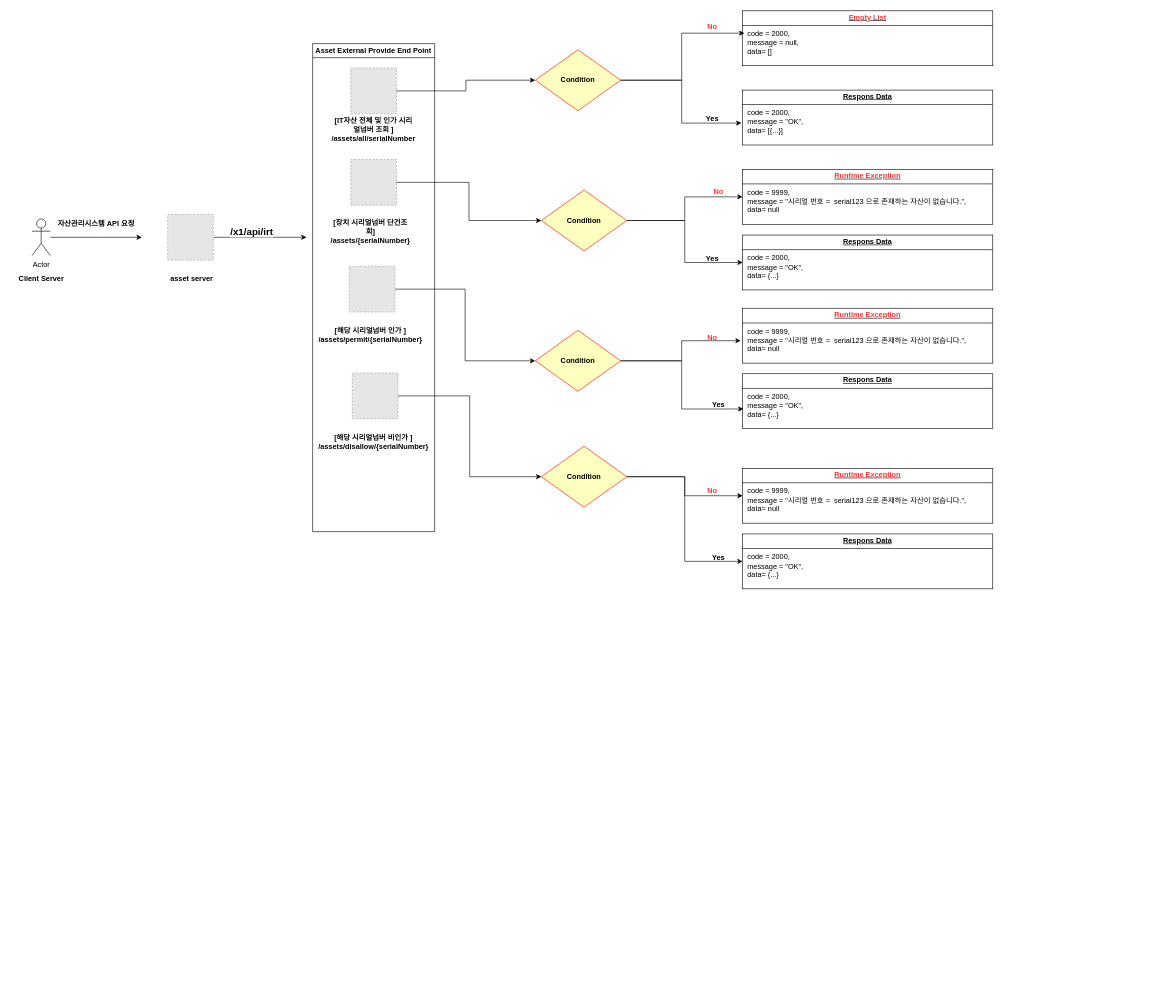
Earlier version of the draw.io diagram page "SOC_IRT_USECASE" (4 of 5) of 제목 없는 다이어그램.drawio (gojunghyo/erd_study). Source tidied: cells renumbered, new cells numbered last; positions are measured from the earlier drawing's top-left corner, leaving out a move shared by most shapes. Both pictures are drawn from the tidied source at 61%, with x=0, y=0 at pixel (10, 10). Pictures stored in the file or linked from it are replaced by grey dashed boxes.
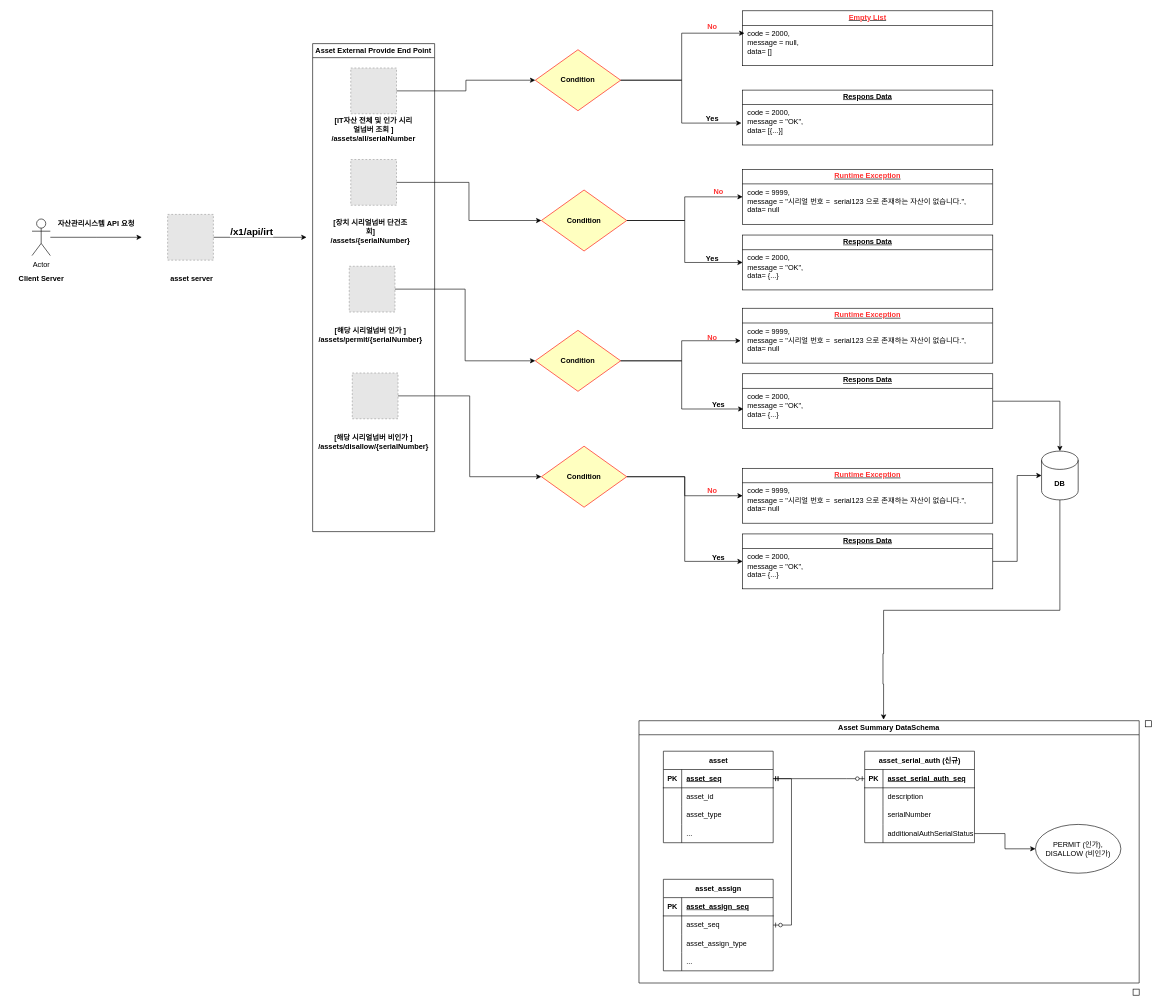
After the change.

Unchanged cells that the change refers to:
```xml
<mxCell id="32" value="&lt;p style=&quot;margin:0px;margin-top:4px;text-align:center;text-decoration:underline;&quot;&gt;&lt;b&gt;Respons Data&lt;/b&gt;&lt;/p&gt;&lt;hr size=&quot;1&quot; style=&quot;border-style:solid;&quot;&gt;&lt;p style=&quot;margin:0px;margin-left:8px;&quot;&gt;code = 2000,&lt;br&gt;message = &quot;OK&quot;,&lt;br&gt;data= {...}&lt;br&gt;&lt;/p&gt;" style="verticalAlign=top;align=left;overflow=fill;html=1;whiteSpace=wrap;" parent="1" vertex="1">
  <mxGeometry x="1200" y="595.2" width="410" height="90" as="geometry" />
</mxCell>
<mxCell id="34" value="&lt;p style=&quot;margin:0px;margin-top:4px;text-align:center;text-decoration:underline;&quot;&gt;&lt;b&gt;Respons Data&lt;/b&gt;&lt;/p&gt;&lt;hr size=&quot;1&quot; style=&quot;border-style:solid;&quot;&gt;&lt;p style=&quot;margin:0px;margin-left:8px;&quot;&gt;code = 2000,&lt;br&gt;message = &quot;OK&quot;,&lt;br&gt;data= {...}&lt;br&gt;&lt;/p&gt;" style="verticalAlign=top;align=left;overflow=fill;html=1;whiteSpace=wrap;" parent="1" vertex="1">
  <mxGeometry x="1200" y="857.8" width="410" height="90" as="geometry" />
</mxCell>
```

Change to the diagram source:
```diff
@@
+    <mxCell id="51" style="edgeStyle=orthogonalEdgeStyle;rounded=0;jettySize=auto;html=1;" parent="1" edge="1" source="32" target="96">
+      <mxGeometry relative="1" as="geometry" />
+    </mxCell>
@@
+    <mxCell id="52" value="asset" style="shape=table;startSize=30;childLayout=tableLayout;rowLines=0;fontStyle=1;align=center;html=1;" parent="1" vertex="1">
+      <mxGeometry x="1070" y="1214" width="180" height="150" as="geometry" />
+    </mxCell>
+    <mxCell id="53" style="shape=tableRow;horizontal=0;startSize=0;swimlaneHead=0;swimlaneBody=0;fillColor=none;points=[[0,0.5],[1,0.5]];portConstraint=eastwest;top=0;left=0;right=0;bottom=1;" parent="52" vertex="1">
+      <mxGeometry y="30" width="180" height="30" as="geometry" />
+    </mxCell>
+    <mxCell id="54" value="PK" style="shape=partialRectangle;fillColor=none;top=0;left=0;bottom=0;right=0;fontStyle=1;overflow=hidden;whiteSpace=wrap;html=1;" parent="53" vertex="1">
+      <mxGeometry width="30" height="30" as="geometry" />
+    </mxCell>
+    <mxCell id="55" value="asset_seq" style="shape=partialRectangle;fillColor=none;top=0;left=0;bottom=0;right=0;align=left;spacingLeft=6;fontStyle=5;overflow=hidden;whiteSpace=wrap;html=1;" parent="53" vertex="1">
+      <mxGeometry x="30" width="150" height="30" as="geometry" />
+    </mxCell>
+    <mxCell id="56" style="shape=tableRow;horizontal=0;startSize=0;swimlaneHead=0;swimlaneBody=0;fillColor=none;top=0;left=0;right=0;bottom=0;" parent="52" vertex="1">
+      <mxGeometry y="60" width="180" height="30" as="geometry" />
+    </mxCell>
+    <mxCell id="57" style="shape=partialRectangle;fillColor=none;top=0;left=0;bottom=0;right=0;overflow=hidden;whiteSpace=wrap;html=1;" parent="56" vertex="1">
+      <mxGeometry width="30" height="30" as="geometry" />
+    </mxCell>
+    <mxCell id="58" value="asset_id" style="shape=partialRectangle;fillColor=none;top=0;left=0;bottom=0;right=0;align=left;spacingLeft=6;overflow=hidden;whiteSpace=wrap;html=1;" parent="56" vertex="1">
+      <mxGeometry x="30" width="150" height="30" as="geometry" />
+    </mxCell>
+    <mxCell id="59" style="shape=tableRow;horizontal=0;startSize=0;swimlaneHead=0;swimlaneBody=0;fillColor=none;top=0;left=0;right=0;bottom=0;" parent="52" vertex="1">
+      <mxGeometry y="90" width="180" height="30" as="geometry" />
+    </mxCell>
+    <mxCell id="60" style="shape=partialRectangle;fillColor=none;top=0;left=0;bottom=0;right=0;overflow=hidden;whiteSpace=wrap;html=1;" parent="59" vertex="1">
+      <mxGeometry width="30" height="30" as="geometry" />
+    </mxCell>
+    <mxCell id="61" value="asset_type" style="shape=partialRectangle;fillColor=none;top=0;left=0;bottom=0;right=0;align=left;spacingLeft=6;overflow=hidden;whiteSpace=wrap;html=1;" parent="59" vertex="1">
+      <mxGeometry x="30" width="150" height="30" as="geometry" />
+    </mxCell>
+    <mxCell id="62" style="shape=tableRow;horizontal=0;startSize=0;swimlaneHead=0;swimlaneBody=0;fillColor=none;top=0;left=0;right=0;bottom=0;" parent="52" vertex="1">
+      <mxGeometry y="120" width="180" height="30" as="geometry" />
+    </mxCell>
+    <mxCell id="63" style="shape=partialRectangle;fillColor=none;top=0;left=0;bottom=0;right=0;overflow=hidden;whiteSpace=wrap;html=1;" parent="62" vertex="1">
+      <mxGeometry width="30" height="30" as="geometry" />
+    </mxCell>
+    <mxCell id="64" value="..." style="shape=partialRectangle;fillColor=none;top=0;left=0;bottom=0;right=0;align=left;spacingLeft=6;overflow=hidden;whiteSpace=wrap;html=1;" parent="62" vertex="1">
+      <mxGeometry x="30" width="150" height="30" as="geometry" />
+    </mxCell>
+    <mxCell id="65" value="asset_serial_auth (신규)" style="shape=table;startSize=30;childLayout=tableLayout;rowLines=0;fontStyle=1;align=center;html=1;" parent="1" vertex="1">
+      <mxGeometry x="1400" y="1214" width="180" height="150" as="geometry" />
+    </mxCell>
+    <mxCell id="66" style="shape=tableRow;horizontal=0;startSize=0;swimlaneHead=0;swimlaneBody=0;fillColor=none;points=[[0,0.5],[1,0.5]];portConstraint=eastwest;top=0;left=0;right=0;bottom=1;" parent="65" vertex="1">
+      <mxGeometry y="30" width="180" height="30" as="geometry" />
+    </mxCell>
+    <mxCell id="67" value="PK" style="shape=partialRectangle;fillColor=none;top=0;left=0;bottom=0;right=0;fontStyle=1;overflow=hidden;whiteSpace=wrap;html=1;" parent="66" vertex="1">
+      <mxGeometry width="30" height="30" as="geometry" />
+    </mxCell>
+    <mxCell id="68" value="asset_serial_auth_seq" style="shape=partialRectangle;fillColor=none;top=0;left=0;bottom=0;right=0;align=left;spacingLeft=6;fontStyle=5;overflow=hidden;whiteSpace=wrap;html=1;" parent="66" vertex="1">
+      <mxGeometry x="30" width="150" height="30" as="geometry" />
+    </mxCell>
+    <mxCell id="69" style="shape=tableRow;horizontal=0;startSize=0;swimlaneHead=0;swimlaneBody=0;fillColor=none;top=0;left=0;right=0;bottom=0;" parent="65" vertex="1">
+      <mxGeometry y="60" width="180" height="30" as="geometry" />
+    </mxCell>
+    <mxCell id="70" style="shape=partialRectangle;fillColor=none;top=0;left=0;bottom=0;right=0;overflow=hidden;whiteSpace=wrap;html=1;" parent="69" vertex="1">
+      <mxGeometry width="30" height="30" as="geometry" />
+    </mxCell>
+    <mxCell id="71" value="description" style="shape=partialRectangle;fillColor=none;top=0;left=0;bottom=0;right=0;align=left;spacingLeft=6;overflow=hidden;whiteSpace=wrap;html=1;" parent="69" vertex="1">
+      <mxGeometry x="30" width="150" height="30" as="geometry" />
+    </mxCell>
+    <mxCell id="72" style="shape=tableRow;horizontal=0;startSize=0;swimlaneHead=0;swimlaneBody=0;fillColor=none;top=0;left=0;right=0;bottom=0;" parent="65" vertex="1">
+      <mxGeometry y="90" width="180" height="30" as="geometry" />
+    </mxCell>
+    <mxCell id="73" style="shape=partialRectangle;fillColor=none;top=0;left=0;bottom=0;right=0;overflow=hidden;whiteSpace=wrap;html=1;" parent="72" vertex="1">
+      <mxGeometry width="30" height="30" as="geometry" />
+    </mxCell>
+    <mxCell id="74" value="serialNumber" style="shape=partialRectangle;fillColor=none;top=0;left=0;bottom=0;right=0;align=left;spacingLeft=6;overflow=hidden;whiteSpace=wrap;html=1;" parent="72" vertex="1">
+      <mxGeometry x="30" width="150" height="30" as="geometry" />
+    </mxCell>
+    <mxCell id="75" style="shape=tableRow;horizontal=0;startSize=0;swimlaneHead=0;swimlaneBody=0;fillColor=none;points=[[0,0.5],[1,0.5]];portConstraint=eastwest;top=0;left=0;right=0;bottom=0;" parent="65" vertex="1">
+      <mxGeometry y="120" width="180" height="30" as="geometry" />
+    </mxCell>
+    <mxCell id="76" style="shape=partialRectangle;fillColor=none;top=0;left=0;bottom=0;right=0;overflow=hidden;whiteSpace=wrap;html=1;" parent="75" vertex="1">
+      <mxGeometry width="30" height="30" as="geometry" />
+    </mxCell>
+    <mxCell id="77" value="additionalAuthSerialStatus" style="shape=partialRectangle;fillColor=none;top=0;left=0;bottom=0;right=0;align=left;spacingLeft=6;overflow=hidden;whiteSpace=wrap;html=1;" parent="75" vertex="1">
+      <mxGeometry x="30" width="150" height="30" as="geometry" />
+    </mxCell>
+    <mxCell id="78" style="edgeStyle=entityRelationEdgeStyle;fontSize=12;html=1;endArrow=ERzeroToOne;startArrow=ERmandOne;rounded=0;exitX=1;exitY=0.5;exitDx=0;exitDy=0;entryX=0;entryY=0.5;entryDx=0;entryDy=0;" parent="1" edge="1" source="53" target="66">
+      <mxGeometry relative="1" as="geometry" />
+    </mxCell>
+    <mxCell id="79" style="edgeStyle=orthogonalEdgeStyle;rounded=0;jettySize=auto;html=1;entryX=0;entryY=0.5;entryDx=0;entryDy=0;" parent="1" edge="1" source="75" target="80">
+      <mxGeometry relative="1" as="geometry" />
+    </mxCell>
+    <mxCell id="80" value="PERMIT (인가), DISALLOW (비인가)" style="ellipse;whiteSpace=wrap;html=1;align=center;" parent="1" vertex="1">
+      <mxGeometry x="1680" y="1334" width="140" height="80" as="geometry" />
+    </mxCell>
+    <mxCell id="81" value="asset_assign" style="shape=table;startSize=30;childLayout=tableLayout;rowLines=0;fontStyle=1;align=center;html=1;" parent="1" vertex="1">
+      <mxGeometry x="1070" y="1424" width="180" height="150" as="geometry" />
+    </mxCell>
+    <mxCell id="82" style="shape=tableRow;horizontal=0;startSize=0;swimlaneHead=0;swimlaneBody=0;fillColor=none;top=0;left=0;right=0;bottom=1;" parent="81" vertex="1">
+      <mxGeometry y="30" width="180" height="30" as="geometry" />
+    </mxCell>
+    <mxCell id="83" value="PK" style="shape=partialRectangle;fillColor=none;top=0;left=0;bottom=0;right=0;fontStyle=1;overflow=hidden;whiteSpace=wrap;html=1;" parent="82" vertex="1">
+      <mxGeometry width="30" height="30" as="geometry" />
+    </mxCell>
+    <mxCell id="84" value="asset_assign_seq" style="shape=partialRectangle;fillColor=none;top=0;left=0;bottom=0;right=0;align=left;spacingLeft=6;fontStyle=5;overflow=hidden;whiteSpace=wrap;html=1;" parent="82" vertex="1">
+      <mxGeometry x="30" width="150" height="30" as="geometry" />
+    </mxCell>
+    <mxCell id="85" style="shape=tableRow;horizontal=0;startSize=0;swimlaneHead=0;swimlaneBody=0;fillColor=none;points=[[0,0.5],[1,0.5]];portConstraint=eastwest;top=0;left=0;right=0;bottom=0;" parent="81" vertex="1">
+      <mxGeometry y="60" width="180" height="30" as="geometry" />
+    </mxCell>
+    <mxCell id="86" style="shape=partialRectangle;fillColor=none;top=0;left=0;bottom=0;right=0;overflow=hidden;whiteSpace=wrap;html=1;" parent="85" vertex="1">
+      <mxGeometry width="30" height="30" as="geometry" />
+    </mxCell>
+    <mxCell id="87" value="asset_seq" style="shape=partialRectangle;fillColor=none;top=0;left=0;bottom=0;right=0;align=left;spacingLeft=6;overflow=hidden;whiteSpace=wrap;html=1;" parent="85" vertex="1">
+      <mxGeometry x="30" width="150" height="30" as="geometry" />
+    </mxCell>
+    <mxCell id="88" style="shape=tableRow;horizontal=0;startSize=0;swimlaneHead=0;swimlaneBody=0;fillColor=none;top=0;left=0;right=0;bottom=0;" parent="81" vertex="1">
+      <mxGeometry y="90" width="180" height="30" as="geometry" />
+    </mxCell>
+    <mxCell id="89" style="shape=partialRectangle;fillColor=none;top=0;left=0;bottom=0;right=0;overflow=hidden;whiteSpace=wrap;html=1;" parent="88" vertex="1">
+      <mxGeometry width="30" height="30" as="geometry" />
+    </mxCell>
+    <mxCell id="90" value="asset_assign_type" style="shape=partialRectangle;fillColor=none;top=0;left=0;bottom=0;right=0;align=left;spacingLeft=6;overflow=hidden;whiteSpace=wrap;html=1;" parent="88" vertex="1">
+      <mxGeometry x="30" width="150" height="30" as="geometry" />
+    </mxCell>
+    <mxCell id="91" style="shape=tableRow;horizontal=0;startSize=0;swimlaneHead=0;swimlaneBody=0;fillColor=none;top=0;left=0;right=0;bottom=0;" parent="81" vertex="1">
+      <mxGeometry y="120" width="180" height="30" as="geometry" />
+    </mxCell>
+    <mxCell id="92" style="shape=partialRectangle;fillColor=none;top=0;left=0;bottom=0;right=0;overflow=hidden;whiteSpace=wrap;html=1;" parent="91" vertex="1">
+      <mxGeometry width="30" height="30" as="geometry" />
+    </mxCell>
+    <mxCell id="93" value="..." style="shape=partialRectangle;fillColor=none;top=0;left=0;bottom=0;right=0;align=left;spacingLeft=6;overflow=hidden;whiteSpace=wrap;html=1;" parent="91" vertex="1">
+      <mxGeometry x="30" width="150" height="30" as="geometry" />
+    </mxCell>
+    <mxCell id="94" style="edgeStyle=entityRelationEdgeStyle;fontSize=12;html=1;endArrow=ERzeroToOne;startArrow=ERmandOne;rounded=0;exitX=1;exitY=0.5;exitDx=0;exitDy=0;" parent="1" edge="1" source="53" target="85">
+      <mxGeometry relative="1" as="geometry">
+        <Array as="points">
+          <mxPoint x="1060" y="1444" />
+        </Array>
+      </mxGeometry>
+    </mxCell>
+    <mxCell id="95" style="edgeStyle=orthogonalEdgeStyle;rounded=0;jettySize=auto;html=1;entryX=0.489;entryY=-0.004;entryDx=0;entryDy=0;entryPerimeter=0;" parent="1" edge="1" source="96" target="98">
+      <mxGeometry relative="1" as="geometry">
+        <Array as="points">
+          <mxPoint x="1720" y="983" />
+          <mxPoint x="1431" y="983" />
+          <mxPoint x="1431" y="1054" />
+          <mxPoint x="1430" y="1054" />
+          <mxPoint x="1430" y="1104" />
+          <mxPoint x="1431" y="1104" />
+        </Array>
+      </mxGeometry>
+    </mxCell>
+    <mxCell id="96" value="&lt;b&gt;DB&lt;/b&gt;" style="shape=cylinder3;whiteSpace=wrap;html=1;boundedLbl=1;backgroundOutline=1;size=15;" parent="1" vertex="1">
+      <mxGeometry x="1690" y="722" width="60" height="80" as="geometry" />
+    </mxCell>
+    <mxCell id="97" style="edgeStyle=orthogonalEdgeStyle;rounded=0;jettySize=auto;html=1;entryX=0;entryY=0.5;entryDx=0;entryDy=0;entryPerimeter=0;" parent="1" edge="1" source="34" target="96">
+      <mxGeometry relative="1" as="geometry" />
+    </mxCell>
+    <mxCell id="98" value="Asset Summary DataSchema" style="swimlane;" parent="1" vertex="1">
+      <mxGeometry x="1030" y="1164" width="820" height="430" as="geometry" />
+    </mxCell>
+    <mxCell id="99" style="whiteSpace=wrap;html=1;" parent="1" vertex="1">
+      <mxGeometry x="1840" y="1604" width="10" height="10" as="geometry" />
+    </mxCell>
+    <mxCell id="100" style="whiteSpace=wrap;html=1;" parent="1" vertex="1">
+      <mxGeometry x="1860" y="1164" width="10" height="10" as="geometry" />
+    </mxCell>
```
